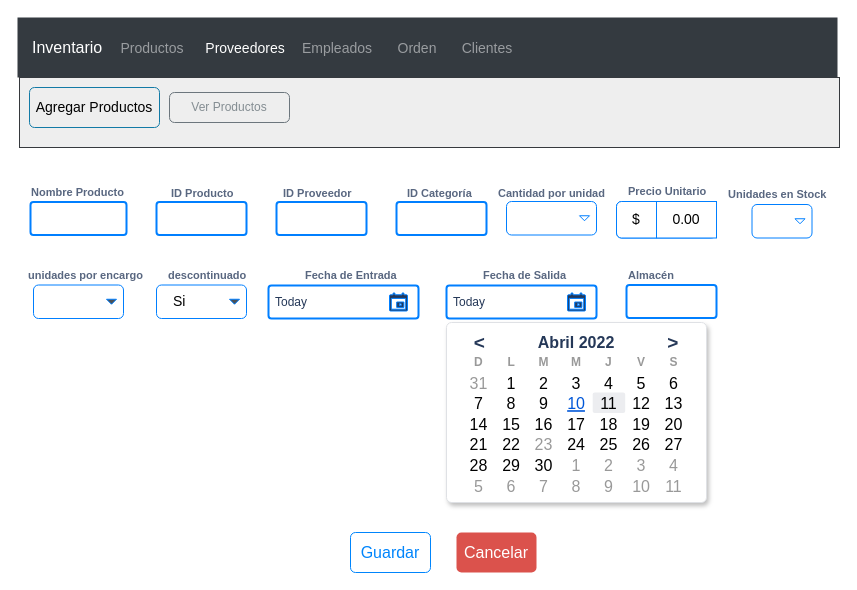
Earlier version of the draw.io diagram page "Productos" (1 of 6) of Inventario.drawio (Eldavid1/clase-BD). Source tidied: cells renumbered, new cells numbered last; positions are measured from the earlier drawing's top-left corner, leaving out a move shared by most shapes. Both pictures are drawn from the tidied source at 100%, with x=0, y=0 at pixel (17, 17).
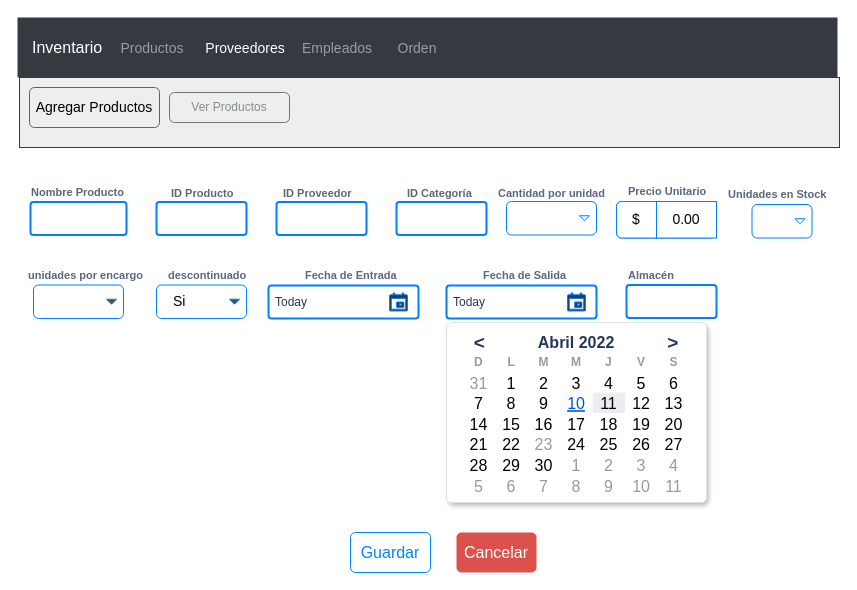
Above is the later version.

The change refers to these unchanged cells:
```xml
<mxCell id="93" value="Inventario" style="html=1;shadow=0;dashed=0;fillColor=#343A40;strokeColor=none;fontSize=16;fontColor=#ffffff;align=left;spacing=15;" parent="1" vertex="1">
  <mxGeometry width="820" height="60" as="geometry" />
</mxCell>
```

What changed in the source:
```diff
@@
-    <mxCell id="98" value="Clientes" style="fillColor=none;strokeColor=none;fontSize=14;fontColor=#9A9DA0;align=center;" parent="93" vertex="1">
-      <mxGeometry x="430" y="10" width="80" height="40" as="geometry" />
-    </mxCell>
```
